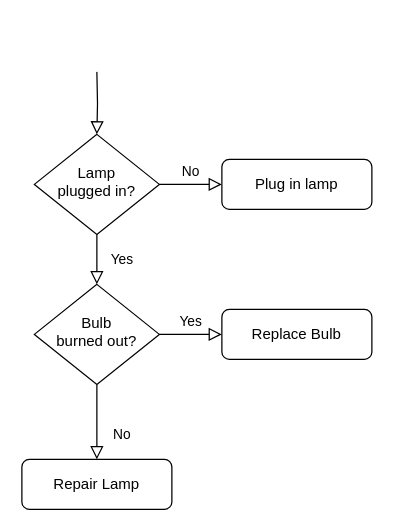
Above: Untitled Diagram.drawio in guitsx/teste (draw.io), before the change. Source tidied: cells renumbered, new cells numbered last; positions are measured from the earlier drawing's top-left corner, leaving out a move shared by most shapes. Both pictures are drawn from the tidied source at 125%, with x=0, y=0 at pixel (21, 71).
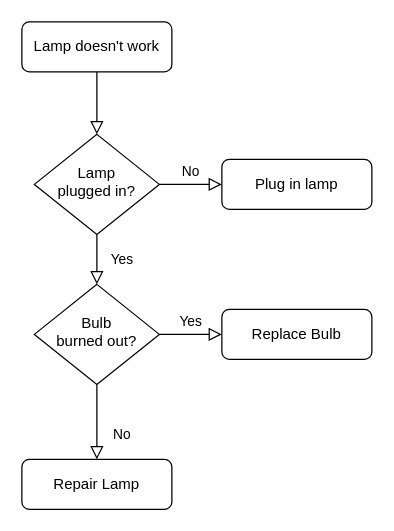
The same page after the edit.

Diff of the diagram source:
```diff
@@
 <mxGraphModel>
   <root>
     <mxCell id="0" />
     <mxCell id="1" parent="0" />
-    <mxCell id="2" style="rounded=0;html=1;jettySize=auto;fontSize=11;endArrow=block;endFill=0;endSize=8;strokeWidth=1;shadow=0;labelBackgroundColor=none;edgeStyle=orthogonalEdgeStyle;" parent="1" edge="1" target="5">
-      <mxGeometry relative="1" as="geometry">
-        <mxPoint x="60" as="sourcePoint" />
-      </mxGeometry>
+    <mxCell id="2" style="rounded=0;html=1;jettySize=auto;fontSize=11;endArrow=block;endFill=0;endSize=8;strokeWidth=1;shadow=0;labelBackgroundColor=none;edgeStyle=orthogonalEdgeStyle;" parent="1" edge="1" source="12" target="5">
+      <mxGeometry relative="1" as="geometry" />
     </mxCell>
+    <mxCell id="12" value="Lamp doesn't work" style="rounded=1;whiteSpace=wrap;html=1;fontSize=12;glass=0;strokeWidth=1;shadow=0;" parent="1" vertex="1">
+      <mxGeometry y="-40" width="120" height="40" as="geometry" />
+    </mxCell>
     <mxCell id="3" value="Yes" style="rounded=0;html=1;jettySize=auto;fontSize=11;endArrow=block;endFill=0;endSize=8;strokeWidth=1;shadow=0;labelBackgroundColor=none;edgeStyle=orthogonalEdgeStyle;" parent="1" edge="1" source="5" target="9">
       <mxGeometry y="20" relative="1" as="geometry" />
     </mxCell>
     <mxCell id="4" value="No" style="edgeStyle=orthogonalEdgeStyle;rounded=0;html=1;jettySize=auto;fontSize=11;endArrow=block;endFill=0;endSize=8;strokeWidth=1;shadow=0;labelBackgroundColor=none;" parent="1" edge="1" source="5" target="6">
       <mxGeometry y="10" relative="1" as="geometry" />
     </mxCell>
     <mxCell id="5" value="Lamp&lt;br&gt;plugged in?" style="rhombus;whiteSpace=wrap;html=1;shadow=0;fontFamily=Helvetica;fontSize=12;align=center;strokeWidth=1;spacing=6;spacingTop=-4;" parent="1" vertex="1">
       <mxGeometry x="10" y="50" width="100" height="80" as="geometry" />
     </mxCell>
     <mxCell id="6" value="Plug in lamp" style="rounded=1;whiteSpace=wrap;html=1;fontSize=12;glass=0;strokeWidth=1;shadow=0;" parent="1" vertex="1">
       <mxGeometry x="160" y="70" width="120" height="40" as="geometry" />
     </mxCell>
     <mxCell id="7" value="No" style="rounded=0;html=1;jettySize=auto;fontSize=11;endArrow=block;endFill=0;endSize=8;strokeWidth=1;shadow=0;labelBackgroundColor=none;edgeStyle=orthogonalEdgeStyle;" parent="1" edge="1" source="9" target="10">
       <mxGeometry x="0.33" y="20" relative="1" as="geometry" />
     </mxCell>
     <mxCell id="8" value="Yes" style="edgeStyle=orthogonalEdgeStyle;rounded=0;html=1;jettySize=auto;fontSize=11;endArrow=block;endFill=0;endSize=8;strokeWidth=1;shadow=0;labelBackgroundColor=none;" parent="1" edge="1" source="9" target="11">
       <mxGeometry y="10" relative="1" as="geometry" />
     </mxCell>
     <mxCell id="9" value="Bulb&lt;br&gt;burned out?" style="rhombus;whiteSpace=wrap;html=1;shadow=0;fontFamily=Helvetica;fontSize=12;align=center;strokeWidth=1;spacing=6;spacingTop=-4;" parent="1" vertex="1">
       <mxGeometry x="10" y="170" width="100" height="80" as="geometry" />
     </mxCell>
     <mxCell id="10" value="Repair Lamp" style="rounded=1;whiteSpace=wrap;html=1;fontSize=12;glass=0;strokeWidth=1;shadow=0;" parent="1" vertex="1">
       <mxGeometry y="310" width="120" height="40" as="geometry" />
     </mxCell>
     <mxCell id="11" value="Replace Bulb" style="rounded=1;whiteSpace=wrap;html=1;fontSize=12;glass=0;strokeWidth=1;shadow=0;" parent="1" vertex="1">
       <mxGeometry x="160" y="190" width="120" height="40" as="geometry" />
     </mxCell>
   </root>
 </mxGraphModel>
```
